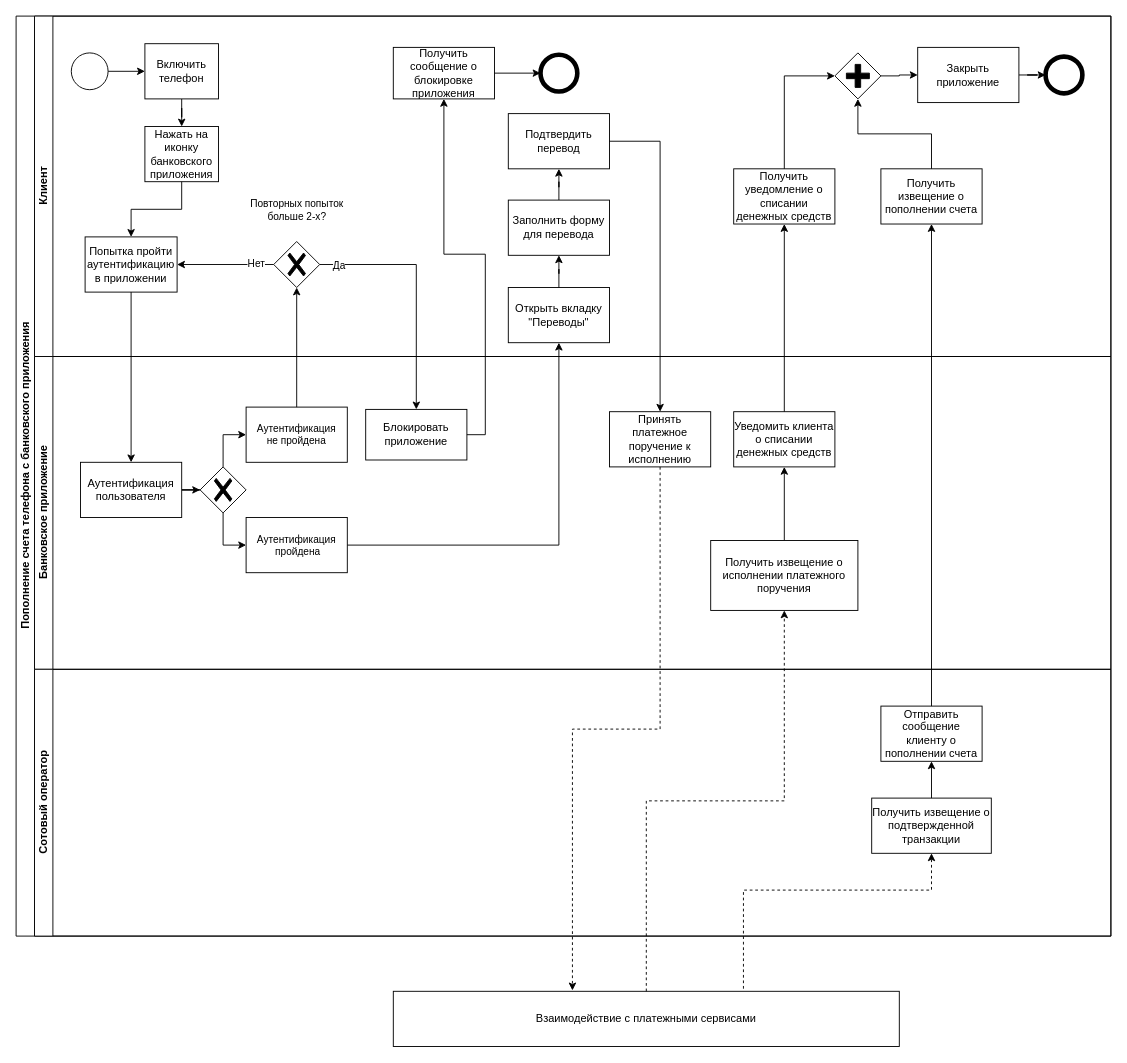
Above: BPMN для тестового задания.drawio in pytonuserouner/UML_study (draw.io), before the change. Source tidied: cells renumbered, new cells numbered last; positions are measured from the earlier drawing's top-left corner, leaving out a move shared by most shapes. Both pictures are drawn from the tidied source at 92%, with x=0, y=0 at pixel (16, 16).
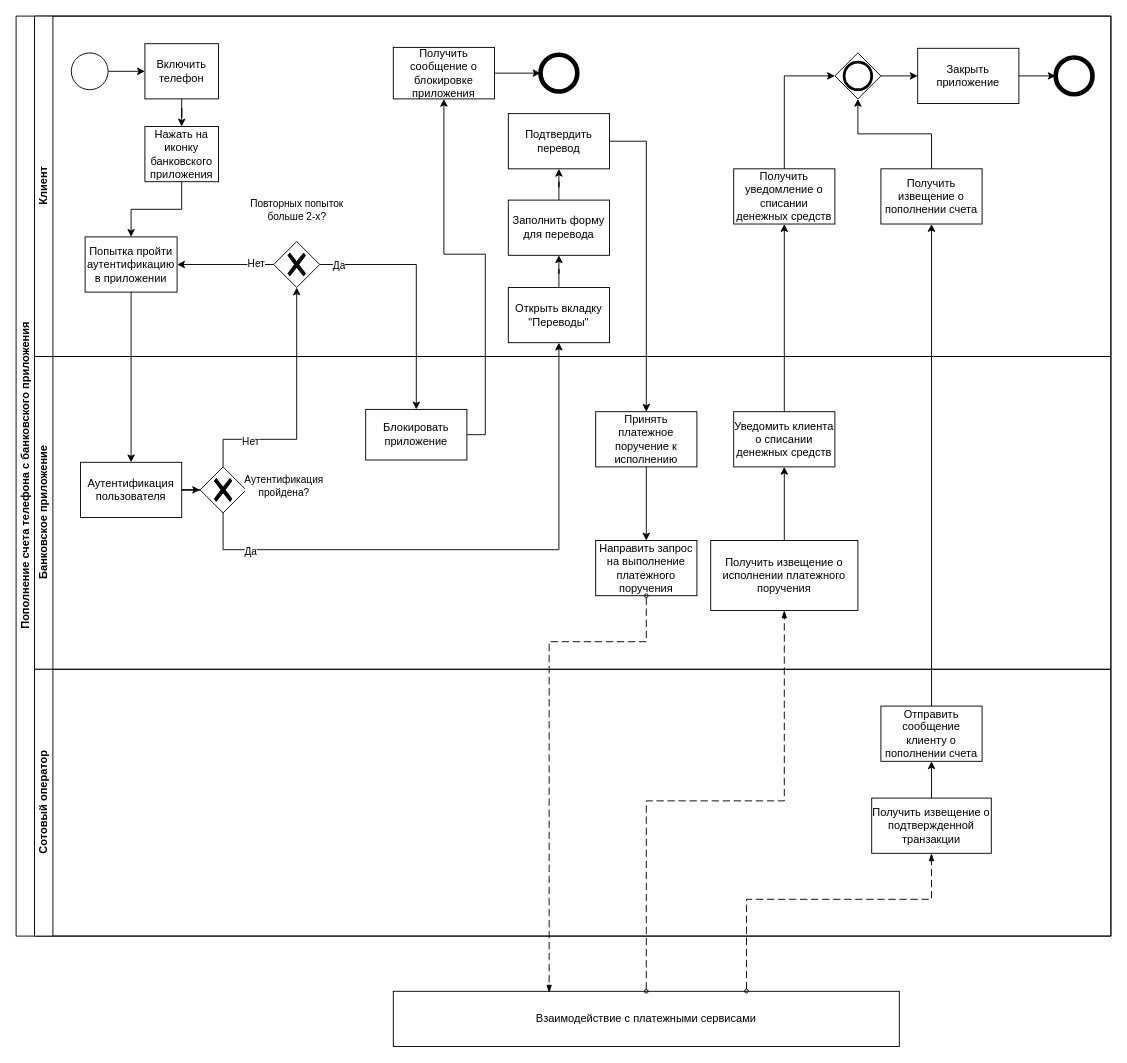
The same page after the edit.

The change refers to these unchanged cells:
```xml
<mxCell id="2" value="Пополнение счета телефона с банковского приложения" style="swimlane;html=1;horizontal=0;startSize=20;" parent="1" vertex="1">
  <mxGeometry width="1190" height="1000" as="geometry" />
</mxCell>
<mxCell id="3" value="Клиент" style="swimlane;html=1;startSize=20;horizontal=0;" parent="2" vertex="1">
  <mxGeometry x="20" width="1170" height="370" as="geometry" />
</mxCell>
<mxCell id="11" value="Получить извещение о пополнении счета" style="rounded=0;whiteSpace=wrap;html=1;fontFamily=Helvetica;fontSize=12;fontColor=#000000;align=center;" parent="3" vertex="1">
  <mxGeometry x="920" y="166" width="110" height="60" as="geometry" />
</mxCell>
<mxCell id="12" value="Получить уведомление о списании денежных средств" style="rounded=0;whiteSpace=wrap;html=1;fontFamily=Helvetica;fontSize=12;fontColor=#000000;align=center;" parent="3" vertex="1">
  <mxGeometry x="760" y="166" width="110" height="60" as="geometry" />
</mxCell>
<mxCell id="26" style="points=[[0.25,0.25,0],[0.5,0,0],[0.75,0.25,0],[1,0.5,0],[0.75,0.75,0],[0.5,1,0],[0.25,0.75,0],[0,0.5,0]];shape=mxgraph.bpmn.gateway2;html=1;verticalLabelPosition=bottom;labelBackgroundColor=#ffffff;verticalAlign=top;align=center;perimeter=rhombusPerimeter;outlineConnect=0;outline=none;symbol=none;gwType=exclusive;" parent="3" vertex="1">
  <mxGeometry x="260" y="245" width="50" height="50" as="geometry" />
</mxCell>
<mxCell id="30" value="Открыть вкладку &quot;Переводы&quot;" style="rounded=0;whiteSpace=wrap;html=1;fontFamily=Helvetica;fontSize=12;fontColor=#000000;align=center;" parent="3" vertex="1">
  <mxGeometry x="515" y="295" width="110" height="60" as="geometry" />
</mxCell>
<mxCell id="32" value="Банковское приложение" style="swimlane;html=1;startSize=20;horizontal=0;" parent="2" vertex="1">
  <mxGeometry x="20" y="370" width="1170" height="340" as="geometry" />
</mxCell>
<mxCell id="34" value="Получить извещение о исполнении платежного поручения" style="rounded=0;whiteSpace=wrap;html=1;fontFamily=Helvetica;fontSize=12;fontColor=#000000;align=center;" parent="32" vertex="1">
  <mxGeometry x="735" y="200" width="160" height="76" as="geometry" />
</mxCell>
<mxCell id="38" style="points=[[0.25,0.25,0],[0.5,0,0],[0.75,0.25,0],[1,0.5,0],[0.75,0.75,0],[0.5,1,0],[0.25,0.75,0],[0,0.5,0]];shape=mxgraph.bpmn.gateway2;html=1;verticalLabelPosition=bottom;labelBackgroundColor=#ffffff;verticalAlign=top;align=center;perimeter=rhombusPerimeter;outlineConnect=0;outline=none;symbol=none;gwType=exclusive;" parent="32" vertex="1">
  <mxGeometry x="180" y="120" width="50" height="50" as="geometry" />
</mxCell>
<mxCell id="47" value="Получить извещение о подтвержденной транзакции" style="rounded=0;whiteSpace=wrap;html=1;fontFamily=Helvetica;fontSize=12;fontColor=#000000;align=center;" parent="45" vertex="1">
  <mxGeometry x="910" y="140" width="130" height="60" as="geometry" />
</mxCell>
```

Diff of the diagram source:
```diff
@@
-    <mxCell id="13" style="edgeStyle=orthogonalEdgeStyle;rounded=0;jettySize=auto;html=1;entryX=0;entryY=0.5;entryDx=0;entryDy=0;" parent="3" edge="1" source="14" target="19">
+    <mxCell id="13" style="edgeStyle=orthogonalEdgeStyle;rounded=0;jettySize=auto;html=1;entryX=0;entryY=0.5;entryDx=0;entryDy=0;exitX=1;exitY=0.5;exitDx=0;exitDy=0;exitPerimeter=0;" parent="3" edge="1" source="62" target="19">
       <mxGeometry relative="1" as="geometry" />
     </mxCell>
-    <mxCell id="14" style="points=[[0.25,0.25,0],[0.5,0,0],[0.75,0.25,0],[1,0.5,0],[0.75,0.75,0],[0.5,1,0],[0.25,0.75,0],[0,0.5,0]];shape=mxgraph.bpmn.gateway2;html=1;verticalLabelPosition=bottom;labelBackgroundColor=#ffffff;verticalAlign=top;align=center;perimeter=rhombusPerimeter;outlineConnect=0;outline=none;symbol=none;gwType=parallel;" parent="3" vertex="1">
-      <mxGeometry x="870" y="40" width="50" height="50" as="geometry" />
-    </mxCell>
-    <mxCell id="15" style="edgeStyle=orthogonalEdgeStyle;rounded=0;jettySize=auto;html=1;entryX=0;entryY=0.5;entryDx=0;entryDy=0;entryPerimeter=0;exitX=0.5;exitY=0;exitDx=0;exitDy=0;" parent="3" edge="1" source="12" target="14">
+    <mxCell id="15" style="edgeStyle=orthogonalEdgeStyle;rounded=0;jettySize=auto;html=1;entryX=0;entryY=0.5;entryDx=0;entryDy=0;entryPerimeter=0;exitX=0.5;exitY=0;exitDx=0;exitDy=0;" parent="3" edge="1" source="12" target="62">
       <mxGeometry relative="1" as="geometry" />
     </mxCell>
-    <mxCell id="16" style="edgeStyle=orthogonalEdgeStyle;rounded=0;jettySize=auto;html=1;entryX=0.5;entryY=1;entryDx=0;entryDy=0;entryPerimeter=0;" parent="3" edge="1" source="11" target="14">
+    <mxCell id="16" style="edgeStyle=orthogonalEdgeStyle;rounded=0;jettySize=auto;html=1;entryX=0.5;entryY=1;entryDx=0;entryDy=0;entryPerimeter=0;" parent="3" edge="1" source="11" target="62">
       <mxGeometry relative="1" as="geometry" />
     </mxCell>
     <mxCell id="17" style="ellipse;whiteSpace=wrap;html=1;strokeWidth=5;" parent="3" vertex="1">
-      <mxGeometry x="1099" y="44" width="40" height="40" as="geometry" />
+      <mxGeometry x="1110" y="45" width="40" height="40" as="geometry" />
     </mxCell>
@@
     <mxCell id="19" value="Закрыть приложение" style="rounded=0;whiteSpace=wrap;html=1;fontFamily=Helvetica;fontSize=12;fontColor=#000000;align=center;" parent="3" vertex="1">
-      <mxGeometry x="960" y="34" width="110" height="60" as="geometry" />
+      <mxGeometry x="960" y="35" width="110" height="60" as="geometry" />
     </mxCell>
@@
+    <mxCell id="62" style="points=[[0.25,0.25,0],[0.5,0,0],[0.75,0.25,0],[1,0.5,0],[0.75,0.75,0],[0.5,1,0],[0.25,0.75,0],[0,0.5,0]];shape=mxgraph.bpmn.gateway2;html=1;verticalLabelPosition=bottom;labelBackgroundColor=#ffffff;verticalAlign=top;align=center;perimeter=rhombusPerimeter;outlineConnect=0;outline=end;symbol=general;" parent="3" vertex="1">
+      <mxGeometry x="870" y="40" width="50" height="50" as="geometry" />
+    </mxCell>
@@
+    <mxCell id="63" style="edgeStyle=orthogonalEdgeStyle;rounded=0;jettySize=auto;html=1;entryX=0.5;entryY=0;entryDx=0;entryDy=0;" parent="32" edge="1" source="39" target="65">
+      <mxGeometry relative="1" as="geometry" />
+    </mxCell>
     <mxCell id="39" value="Принять платежное поручение к исполнению" style="rounded=0;whiteSpace=wrap;html=1;fontFamily=Helvetica;fontSize=12;fontColor=#000000;align=center;" parent="32" vertex="1">
-      <mxGeometry x="625" y="60" width="110" height="60" as="geometry" />
+      <mxGeometry x="610" y="60" width="110" height="60" as="geometry" />
     </mxCell>
-    <mxCell id="40" style="edgeStyle=orthogonalEdgeStyle;rounded=0;jettySize=auto;html=1;exitX=0.5;exitY=0;exitDx=0;exitDy=0;exitPerimeter=0;entryX=0;entryY=0.5;entryDx=0;entryDy=0;" parent="32" edge="1" source="38" target="41">
-      <mxGeometry relative="1" as="geometry" />
-    </mxCell>
-    <mxCell id="41" value="&lt;span style=&quot;font-size: 11px; text-wrap-mode: nowrap; background-color: rgb(255, 255, 255);&quot;&gt;Аутентификация&lt;/span&gt;&lt;div style=&quot;font-size: 11px; text-wrap-mode: nowrap;&quot;&gt;не пройдена&lt;/div&gt;" style="rounded=0;whiteSpace=wrap;html=1;fontFamily=Helvetica;fontSize=12;fontColor=#000000;align=center;" parent="32" vertex="1">
-      <mxGeometry x="230" y="55" width="110" height="60" as="geometry" />
-    </mxCell>
-    <mxCell id="42" style="edgeStyle=orthogonalEdgeStyle;rounded=0;jettySize=auto;html=1;entryX=0;entryY=0.5;entryDx=0;entryDy=0;exitX=0.5;exitY=1;exitDx=0;exitDy=0;exitPerimeter=0;" parent="32" edge="1" source="38" target="43">
-      <mxGeometry relative="1" as="geometry" />
-    </mxCell>
-    <mxCell id="43" value="&lt;span style=&quot;font-size: 11px; text-wrap-mode: nowrap; background-color: rgb(255, 255, 255);&quot;&gt;Аутентификация&lt;/span&gt;&lt;div style=&quot;font-size: 11px; text-wrap-mode: nowrap;&quot;&gt;&amp;nbsp;пройдена&lt;/div&gt;" style="rounded=0;whiteSpace=wrap;html=1;fontFamily=Helvetica;fontSize=12;fontColor=#000000;align=center;" parent="32" vertex="1">
-      <mxGeometry x="230" y="175" width="110" height="60" as="geometry" />
-    </mxCell>
@@
+    <mxCell id="64" value="Аутентификация&lt;div&gt;пройдена?&lt;/div&gt;" style="edgeLabel;html=1;align=center;verticalAlign=middle;" parent="32" vertex="1">
+      <mxGeometry x="270" y="140" as="geometry" />
+    </mxCell>
+    <mxCell id="65" value="Направить запрос на выполнение платежного поручения" style="rounded=0;whiteSpace=wrap;html=1;fontFamily=Helvetica;fontSize=12;fontColor=#000000;align=center;" parent="32" vertex="1">
+      <mxGeometry x="610" y="200" width="110" height="60" as="geometry" />
+    </mxCell>
@@
-    <mxCell id="53" style="edgeStyle=orthogonalEdgeStyle;rounded=0;jettySize=auto;html=1;" parent="2" edge="1" source="41" target="26">
-      <mxGeometry relative="1" as="geometry" />
-    </mxCell>
@@
-    <mxCell id="57" style="edgeStyle=orthogonalEdgeStyle;rounded=0;jettySize=auto;html=1;" parent="2" edge="1" source="43" target="30">
-      <mxGeometry relative="1" as="geometry" />
+    <mxCell id="57" style="edgeStyle=orthogonalEdgeStyle;rounded=0;jettySize=auto;html=1;exitX=0.5;exitY=1;exitDx=0;exitDy=0;exitPerimeter=0;" parent="2" edge="1" source="38" target="30">
+      <mxGeometry relative="1" as="geometry">
+        <Array as="points">
+          <mxPoint x="225" y="580" />
+          <mxPoint x="590" y="580" />
+        </Array>
+      </mxGeometry>
     </mxCell>
+    <mxCell id="66" value="Да" style="edgeLabel;html=1;align=center;verticalAlign=middle;" parent="57" vertex="1">
+      <mxGeometry x="-0.78" y="-1" relative="1" as="geometry" />
+    </mxCell>
+    <mxCell id="40" style="edgeStyle=orthogonalEdgeStyle;rounded=0;jettySize=auto;html=1;exitX=0.5;exitY=0;exitDx=0;exitDy=0;exitPerimeter=0;entryX=0.5;entryY=1;entryDx=0;entryDy=0;entryPerimeter=0;" parent="2" edge="1" source="38" target="26">
+      <mxGeometry relative="1" as="geometry">
+        <Array as="points">
+          <mxPoint x="225" y="460" />
+          <mxPoint x="305" y="460" />
+        </Array>
+      </mxGeometry>
+    </mxCell>
+    <mxCell id="67" value="Нет" style="edgeLabel;html=1;align=center;verticalAlign=middle;" parent="40" vertex="1">
+      <mxGeometry x="-0.57" y="-2" relative="1" as="geometry" />
+    </mxCell>
+    <mxCell id="59" value="Взаимодействие с платежными сервисами" style="rounded=0;whiteSpace=wrap;html=1;fontFamily=Helvetica;fontSize=12;fontColor=#000000;align=center;" parent="1" vertex="1">
+      <mxGeometry x="410" y="1060" width="550" height="60" as="geometry" />
+    </mxCell>
+    <mxCell id="68" style="dashed=1;dashPattern=8 4;endArrow=blockThin;endFill=1;startArrow=oval;startFill=0;endSize=6;startSize=4;html=1;rounded=0;exitX=0.5;exitY=1;exitDx=0;exitDy=0;entryX=0.308;entryY=0.025;entryDx=0;entryDy=0;entryPerimeter=0;edgeStyle=orthogonalEdgeStyle;" parent="1" edge="1" source="65" target="59">
+      <mxGeometry relative="1" as="geometry">
+        <Array as="points">
+          <mxPoint x="685" y="680" />
+          <mxPoint x="579" y="680" />
+        </Array>
+      </mxGeometry>
+    </mxCell>
+    <mxCell id="61" style="dashed=1;dashPattern=8 4;endArrow=blockThin;endFill=1;startArrow=oval;startFill=0;endSize=6;startSize=4;html=1;rounded=0;entryX=0.5;entryY=1;entryDx=0;entryDy=0;exitX=0.5;exitY=0;exitDx=0;exitDy=0;edgeStyle=orthogonalEdgeStyle;" parent="1" edge="1" source="59" target="34">
+      <mxGeometry relative="1" as="geometry" />
+    </mxCell>
-    <mxCell id="58" style="rounded=0;jettySize=auto;html=1;dashed=1;entryX=0.5;entryY=1;entryDx=0;entryDy=0;exitX=0.692;exitY=-0.047;exitDx=0;exitDy=0;edgeStyle=orthogonalEdgeStyle;exitPerimeter=0;" parent="1" edge="1" source="59" target="47">
+    <mxCell id="58" style="dashed=1;dashPattern=8 4;endArrow=blockThin;endFill=1;startArrow=oval;startFill=0;endSize=6;startSize=4;html=1;rounded=0;exitX=0.698;exitY=-0.003;exitDx=0;exitDy=0;exitPerimeter=0;entryX=0.5;entryY=1;entryDx=0;entryDy=0;edgeStyle=orthogonalEdgeStyle;" parent="1" edge="1" source="59" target="47">
       <mxGeometry relative="1" as="geometry">
         <Array as="points">
-          <mxPoint x="791" y="950" />
-          <mxPoint x="995" y="950" />
+          <mxPoint x="794" y="960" />
+          <mxPoint x="995" y="960" />
         </Array>
       </mxGeometry>
     </mxCell>
-    <mxCell id="59" value="Взаимодействие с платежными сервисами" style="rounded=0;whiteSpace=wrap;html=1;fontFamily=Helvetica;fontSize=12;fontColor=#000000;align=center;" parent="1" vertex="1">
-      <mxGeometry x="410" y="1060" width="550" height="60" as="geometry" />
-    </mxCell>
-    <mxCell id="60" style="edgeStyle=orthogonalEdgeStyle;rounded=0;jettySize=auto;html=1;exitX=0.5;exitY=1;exitDx=0;exitDy=0;entryX=0.354;entryY=-0.016;entryDx=0;entryDy=0;dashed=1;entryPerimeter=0;" parent="1" edge="1" source="39" target="59">
-      <mxGeometry relative="1" as="geometry" />
-    </mxCell>
-    <mxCell id="61" style="edgeStyle=orthogonalEdgeStyle;rounded=0;jettySize=auto;html=1;entryX=0.5;entryY=1;entryDx=0;entryDy=0;exitX=0.5;exitY=0;exitDx=0;exitDy=0;dashed=1;" parent="1" edge="1" source="59" target="34">
-      <mxGeometry relative="1" as="geometry" />
-    </mxCell>
```
